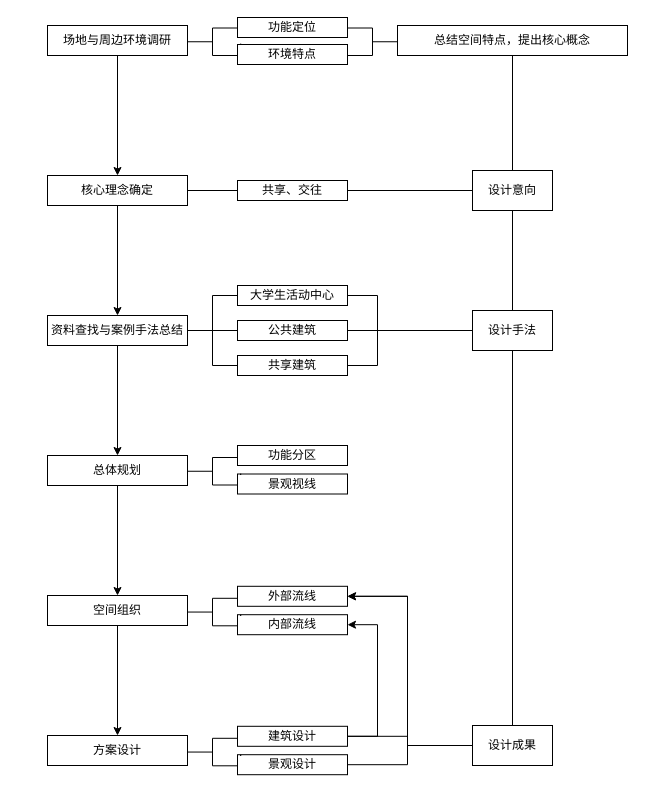
Earlier version of the draw.io diagram Untitled Diagram.drawio (TedHuangwx/learngit). Source tidied: cells renumbered, new cells numbered last; positions are measured from the earlier drawing's top-left corner, leaving out a move shared by most shapes. Both pictures are drawn from the tidied source at 100%, with x=0, y=0 at pixel (47, 17).
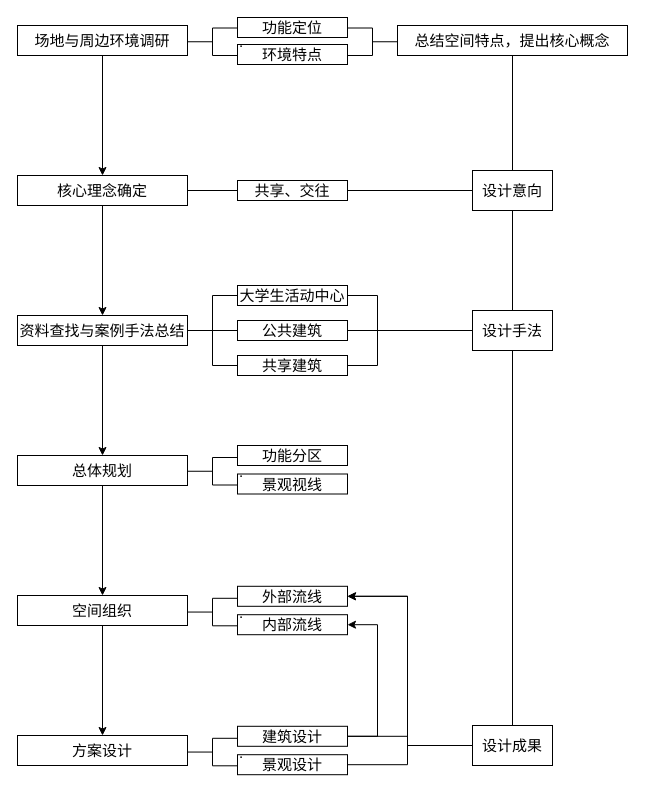
After the change.

Change to the diagram source:
```diff
@@
-    <mxCell id="2" style="edgeStyle=orthogonalEdgeStyle;rounded=0;jettySize=auto;html=1;entryX=0.5;entryY=0;entryDx=0;entryDy=0;" parent="1" edge="1" source="3" target="9">
+    <mxCell id="2" style="edgeStyle=orthogonalEdgeStyle;rounded=0;jettySize=auto;html=1;entryX=0.5;entryY=0;entryDx=0;entryDy=0;fontSize=15;" parent="1" edge="1" source="3" target="9">
       <mxGeometry relative="1" as="geometry" />
     </mxCell>
-    <mxCell id="3" value="场地与周边环境调研" style="rounded=0;whiteSpace=wrap;html=1;fillColor=none;" parent="1" vertex="1">
-      <mxGeometry y="8" width="140" height="30" as="geometry" />
+    <mxCell id="3" value="场地与周边环境调研" style="rounded=0;whiteSpace=wrap;html=1;fillColor=none;fontSize=15;" parent="1" vertex="1">
+      <mxGeometry x="-30" y="8" width="170" height="30" as="geometry" />
     </mxCell>
-    <mxCell id="4" style="strokeWidth=1;html=1;shape=mxgraph.flowchart.annotation_2;align=left;labelPosition=right;rotation=-180;" parent="1" vertex="1">
+    <mxCell id="4" style="strokeWidth=1;html=1;shape=mxgraph.flowchart.annotation_2;align=left;labelPosition=right;rotation=-180;fontSize=15;" parent="1" vertex="1">
       <mxGeometry x="300" y="10.5" width="50" height="27.5" as="geometry" />
     </mxCell>
-    <mxCell id="5" style="edgeStyle=orthogonalEdgeStyle;rounded=0;jettySize=auto;html=1;entryX=0.5;entryY=0;entryDx=0;entryDy=0;endArrow=none;endFill=0;" parent="1" edge="1" source="6" target="13">
+    <mxCell id="5" style="edgeStyle=orthogonalEdgeStyle;rounded=0;jettySize=auto;html=1;entryX=0.5;entryY=0;entryDx=0;entryDy=0;endArrow=none;endFill=0;fontSize=15;" parent="1" edge="1" source="6" target="13">
       <mxGeometry relative="1" as="geometry" />
     </mxCell>
-    <mxCell id="6" value="总结空间特点，提出核心概念" style="whiteSpace=wrap;html=1;rounded=0;strokeColor=#000000;fillColor=none;" parent="1" vertex="1">
+    <mxCell id="6" value="总结空间特点，提出核心概念" style="whiteSpace=wrap;html=1;rounded=0;strokeColor=#000000;fillColor=none;fontSize=15;" parent="1" vertex="1">
       <mxGeometry x="350" y="8" width="230" height="30" as="geometry" />
     </mxCell>
-    <mxCell id="7" style="edgeStyle=orthogonalEdgeStyle;rounded=0;jettySize=auto;html=1;entryX=0.5;entryY=0;entryDx=0;entryDy=0;" parent="1" edge="1" source="9" target="18">
+    <mxCell id="7" style="edgeStyle=orthogonalEdgeStyle;rounded=0;jettySize=auto;html=1;entryX=0.5;entryY=0;entryDx=0;entryDy=0;fontSize=15;" parent="1" edge="1" source="9" target="18">
       <mxGeometry relative="1" as="geometry" />
     </mxCell>
-    <mxCell id="8" style="edgeStyle=orthogonalEdgeStyle;rounded=0;jettySize=auto;html=1;entryX=0;entryY=0.5;entryDx=0;entryDy=0;endArrow=none;endFill=0;" parent="1" edge="1" source="9" target="11">
+    <mxCell id="8" style="edgeStyle=orthogonalEdgeStyle;rounded=0;jettySize=auto;html=1;entryX=0;entryY=0.5;entryDx=0;entryDy=0;endArrow=none;endFill=0;fontSize=15;" parent="1" edge="1" source="9" target="11">
       <mxGeometry relative="1" as="geometry" />
     </mxCell>
-    <mxCell id="9" value="核心理念确定" style="rounded=0;whiteSpace=wrap;html=1;fillColor=none;" parent="1" vertex="1">
-      <mxGeometry y="158" width="140" height="30" as="geometry" />
+    <mxCell id="9" value="核心理念确定" style="rounded=0;whiteSpace=wrap;html=1;fillColor=none;fontSize=15;" parent="1" vertex="1">
+      <mxGeometry x="-30" y="158" width="170" height="30" as="geometry" />
     </mxCell>
-    <mxCell id="10" style="edgeStyle=orthogonalEdgeStyle;rounded=0;jettySize=auto;html=1;entryX=0;entryY=0.5;entryDx=0;entryDy=0;endArrow=none;endFill=0;" parent="1" edge="1" source="11" target="13">
+    <mxCell id="10" style="edgeStyle=orthogonalEdgeStyle;rounded=0;jettySize=auto;html=1;entryX=0;entryY=0.5;entryDx=0;entryDy=0;endArrow=none;endFill=0;fontSize=15;" parent="1" edge="1" source="11" target="13">
       <mxGeometry relative="1" as="geometry" />
     </mxCell>
-    <mxCell id="11" value="共享、交往" style="rounded=0;whiteSpace=wrap;html=1;fillColor=none;" parent="1" vertex="1">
+    <mxCell id="11" value="共享、交往" style="rounded=0;whiteSpace=wrap;html=1;fillColor=none;fontSize=15;" parent="1" vertex="1">
       <mxGeometry x="190" y="163" width="110" height="20" as="geometry" />
     </mxCell>
-    <mxCell id="12" style="edgeStyle=orthogonalEdgeStyle;rounded=0;jettySize=auto;html=1;entryX=0.5;entryY=0;entryDx=0;entryDy=0;endArrow=none;endFill=0;" parent="1" edge="1" source="13" target="25">
+    <mxCell id="12" style="edgeStyle=orthogonalEdgeStyle;rounded=0;jettySize=auto;html=1;entryX=0.5;entryY=0;entryDx=0;entryDy=0;endArrow=none;endFill=0;fontSize=15;" parent="1" edge="1" source="13" target="25">
       <mxGeometry relative="1" as="geometry" />
     </mxCell>
-    <mxCell id="13" value="设计意向" style="whiteSpace=wrap;html=1;rounded=0;strokeColor=#000000;fillColor=none;" parent="1" vertex="1">
+    <mxCell id="13" value="设计意向" style="whiteSpace=wrap;html=1;rounded=0;strokeColor=#000000;fillColor=none;fontSize=15;" parent="1" vertex="1">
       <mxGeometry x="425" y="153" width="80" height="40" as="geometry" />
     </mxCell>
-    <mxCell id="14" style="edgeStyle=orthogonalEdgeStyle;rounded=0;jettySize=auto;html=1;entryX=0.5;entryY=0;entryDx=0;entryDy=0;endArrow=classic;endFill=1;" parent="1" edge="1" source="18" target="27">
+    <mxCell id="14" style="edgeStyle=orthogonalEdgeStyle;rounded=0;jettySize=auto;html=1;entryX=0.5;entryY=0;entryDx=0;entryDy=0;endArrow=classic;endFill=1;fontSize=15;" parent="1" edge="1" source="18" target="27">
       <mxGeometry relative="1" as="geometry" />
     </mxCell>
-    <mxCell id="15" style="edgeStyle=orthogonalEdgeStyle;rounded=0;jettySize=auto;html=1;exitX=1;exitY=0.5;exitDx=0;exitDy=0;entryX=0;entryY=0.5;entryDx=0;entryDy=0;endArrow=none;endFill=0;" parent="1" edge="1" source="18" target="33">
+    <mxCell id="15" style="edgeStyle=orthogonalEdgeStyle;rounded=0;jettySize=auto;html=1;exitX=1;exitY=0.5;exitDx=0;exitDy=0;entryX=0;entryY=0.5;entryDx=0;entryDy=0;endArrow=none;endFill=0;fontSize=15;" parent="1" edge="1" source="18" target="33">
       <mxGeometry relative="1" as="geometry" />
     </mxCell>
-    <mxCell id="16" style="edgeStyle=orthogonalEdgeStyle;rounded=0;jettySize=auto;html=1;entryX=0;entryY=0.5;entryDx=0;entryDy=0;endArrow=none;endFill=0;" parent="1" edge="1" source="18" target="23">
+    <mxCell id="16" style="edgeStyle=orthogonalEdgeStyle;rounded=0;jettySize=auto;html=1;entryX=0;entryY=0.5;entryDx=0;entryDy=0;endArrow=none;endFill=0;fontSize=15;" parent="1" edge="1" source="18" target="23">
       <mxGeometry relative="1" as="geometry" />
     </mxCell>
-    <mxCell id="17" style="edgeStyle=orthogonalEdgeStyle;rounded=0;jettySize=auto;html=1;exitX=1;exitY=0.5;exitDx=0;exitDy=0;entryX=0;entryY=0.5;entryDx=0;entryDy=0;endArrow=none;endFill=0;" parent="1" edge="1" source="18" target="21">
+    <mxCell id="17" style="edgeStyle=orthogonalEdgeStyle;rounded=0;jettySize=auto;html=1;exitX=1;exitY=0.5;exitDx=0;exitDy=0;entryX=0;entryY=0.5;entryDx=0;entryDy=0;endArrow=none;endFill=0;fontSize=15;" parent="1" edge="1" source="18" target="21">
       <mxGeometry relative="1" as="geometry" />
     </mxCell>
-    <mxCell id="18" value="资料查找与案例手法总结" style="rounded=0;whiteSpace=wrap;html=1;fillColor=none;" parent="1" vertex="1">
-      <mxGeometry y="298" width="140" height="30" as="geometry" />
+    <mxCell id="18" value="资料查找与案例手法总结" style="rounded=0;whiteSpace=wrap;html=1;fillColor=none;fontSize=15;" parent="1" vertex="1">
+      <mxGeometry x="-30" y="298" width="170" height="30" as="geometry" />
     </mxCell>
-    <mxCell id="19" value="." style="strokeWidth=1;html=1;shape=mxgraph.flowchart.annotation_2;align=left;labelPosition=right;fillColor=none;" parent="1" vertex="1">
+    <mxCell id="19" value="." style="strokeWidth=1;html=1;shape=mxgraph.flowchart.annotation_2;align=left;labelPosition=right;fillColor=none;fontSize=15;" parent="1" vertex="1">
       <mxGeometry x="140" y="10.5" width="50" height="27.5" as="geometry" />
     </mxCell>
-    <mxCell id="20" style="edgeStyle=orthogonalEdgeStyle;rounded=0;jettySize=auto;html=1;endArrow=none;endFill=0;entryX=0;entryY=0.5;entryDx=0;entryDy=0;" parent="1" edge="1" source="21" target="25">
+    <mxCell id="20" style="edgeStyle=orthogonalEdgeStyle;rounded=0;jettySize=auto;html=1;endArrow=none;endFill=0;entryX=0;entryY=0.5;entryDx=0;entryDy=0;fontSize=15;" parent="1" edge="1" source="21" target="25">
       <mxGeometry relative="1" as="geometry" />
     </mxCell>
-    <mxCell id="21" value="公共建筑" style="rounded=0;whiteSpace=wrap;html=1;shadow=0;sketch=0;strokeColor=#000000;strokeWidth=1;fillColor=none;" parent="1" vertex="1">
+    <mxCell id="21" value="公共建筑" style="rounded=0;whiteSpace=wrap;html=1;shadow=0;sketch=0;strokeColor=#000000;strokeWidth=1;fillColor=none;fontSize=15;" parent="1" vertex="1">
       <mxGeometry x="190" y="303" width="110" height="20" as="geometry" />
     </mxCell>
-    <mxCell id="22" style="edgeStyle=orthogonalEdgeStyle;rounded=0;jettySize=auto;html=1;endArrow=none;endFill=0;entryX=0;entryY=0.5;entryDx=0;entryDy=0;" parent="1" edge="1" source="23" target="25">
+    <mxCell id="22" style="edgeStyle=orthogonalEdgeStyle;rounded=0;jettySize=auto;html=1;endArrow=none;endFill=0;entryX=0;entryY=0.5;entryDx=0;entryDy=0;fontSize=15;" parent="1" edge="1" source="23" target="25">
       <mxGeometry relative="1" as="geometry">
         <Array as="points">
           <mxPoint x="330" y="348" />
           <mxPoint x="330" y="313" />
         </Array>
       </mxGeometry>
     </mxCell>
-    <mxCell id="23" value="共享建筑" style="rounded=0;whiteSpace=wrap;html=1;shadow=0;sketch=0;strokeColor=#000000;strokeWidth=1;fillColor=none;" parent="1" vertex="1">
+    <mxCell id="23" value="共享建筑" style="rounded=0;whiteSpace=wrap;html=1;shadow=0;sketch=0;strokeColor=#000000;strokeWidth=1;fillColor=none;fontSize=15;" parent="1" vertex="1">
       <mxGeometry x="190" y="338" width="110" height="20" as="geometry" />
     </mxCell>
-    <mxCell id="24" style="edgeStyle=orthogonalEdgeStyle;rounded=0;jettySize=auto;html=1;entryX=0.5;entryY=0;entryDx=0;entryDy=0;endArrow=none;endFill=0;" parent="1" edge="1" source="25" target="31">
+    <mxCell id="24" style="edgeStyle=orthogonalEdgeStyle;rounded=0;jettySize=auto;html=1;entryX=0.5;entryY=0;entryDx=0;entryDy=0;endArrow=none;endFill=0;fontSize=15;" parent="1" edge="1" source="25" target="31">
       <mxGeometry relative="1" as="geometry" />
     </mxCell>
-    <mxCell id="25" value="设计手法" style="rounded=0;whiteSpace=wrap;html=1;shadow=0;sketch=0;strokeColor=#000000;strokeWidth=1;fillColor=none;" parent="1" vertex="1">
+    <mxCell id="25" value="设计手法" style="rounded=0;whiteSpace=wrap;html=1;shadow=0;sketch=0;strokeColor=#000000;strokeWidth=1;fillColor=none;fontSize=15;" parent="1" vertex="1">
       <mxGeometry x="425" y="293" width="80" height="40" as="geometry" />
     </mxCell>
-    <mxCell id="26" style="edgeStyle=orthogonalEdgeStyle;rounded=0;jettySize=auto;html=1;entryX=0.5;entryY=0;entryDx=0;entryDy=0;endArrow=classic;endFill=1;" parent="1" edge="1" source="27" target="29">
+    <mxCell id="26" style="edgeStyle=orthogonalEdgeStyle;rounded=0;jettySize=auto;html=1;entryX=0.5;entryY=0;entryDx=0;entryDy=0;endArrow=classic;endFill=1;fontSize=15;" parent="1" edge="1" source="27" target="29">
       <mxGeometry relative="1" as="geometry" />
     </mxCell>
-    <mxCell id="27" value="总体规划" style="rounded=0;whiteSpace=wrap;html=1;shadow=0;sketch=0;strokeColor=#000000;strokeWidth=1;fillColor=none;" parent="1" vertex="1">
-      <mxGeometry y="438" width="140" height="30" as="geometry" />
+    <mxCell id="27" value="总体规划" style="rounded=0;whiteSpace=wrap;html=1;shadow=0;sketch=0;strokeColor=#000000;strokeWidth=1;fillColor=none;fontSize=15;" parent="1" vertex="1">
+      <mxGeometry x="-30" y="438" width="170" height="30" as="geometry" />
     </mxCell>
-    <mxCell id="28" style="edgeStyle=orthogonalEdgeStyle;rounded=0;jettySize=auto;html=1;entryX=0.5;entryY=0;entryDx=0;entryDy=0;endArrow=classic;endFill=1;" parent="1" edge="1" source="29" target="30">
+    <mxCell id="28" style="edgeStyle=orthogonalEdgeStyle;rounded=0;jettySize=auto;html=1;entryX=0.5;entryY=0;entryDx=0;entryDy=0;endArrow=classic;endFill=1;fontSize=15;" parent="1" edge="1" source="29" target="30">
       <mxGeometry relative="1" as="geometry" />
     </mxCell>
-    <mxCell id="29" value="空间组织" style="rounded=0;whiteSpace=wrap;html=1;shadow=0;sketch=0;strokeColor=#000000;strokeWidth=1;fillColor=none;" parent="1" vertex="1">
-      <mxGeometry y="578" width="140" height="30" as="geometry" />
+    <mxCell id="29" value="空间组织" style="rounded=0;whiteSpace=wrap;html=1;shadow=0;sketch=0;strokeColor=#000000;strokeWidth=1;fillColor=none;fontSize=15;" parent="1" vertex="1">
+      <mxGeometry x="-30" y="578" width="170" height="30" as="geometry" />
     </mxCell>
-    <mxCell id="30" value="方案设计" style="rounded=0;whiteSpace=wrap;html=1;shadow=0;sketch=0;strokeColor=#000000;strokeWidth=1;fillColor=none;" parent="1" vertex="1">
-      <mxGeometry y="718" width="140" height="30" as="geometry" />
+    <mxCell id="30" value="方案设计" style="rounded=0;whiteSpace=wrap;html=1;shadow=0;sketch=0;strokeColor=#000000;strokeWidth=1;fillColor=none;fontSize=15;" parent="1" vertex="1">
+      <mxGeometry x="-30" y="718" width="170" height="30" as="geometry" />
     </mxCell>
-    <mxCell id="31" value="设计成果" style="rounded=0;whiteSpace=wrap;html=1;shadow=0;sketch=0;strokeColor=#000000;strokeWidth=1;fillColor=none;" parent="1" vertex="1">
+    <mxCell id="31" value="设计成果" style="rounded=0;whiteSpace=wrap;html=1;shadow=0;sketch=0;strokeColor=#000000;strokeWidth=1;fillColor=none;fontSize=15;" parent="1" vertex="1">
       <mxGeometry x="425" y="708" width="80" height="40" as="geometry" />
     </mxCell>
-    <mxCell id="32" style="edgeStyle=orthogonalEdgeStyle;rounded=0;jettySize=auto;html=1;entryX=0;entryY=0.5;entryDx=0;entryDy=0;endArrow=none;endFill=0;" parent="1" edge="1" source="33" target="25">
+    <mxCell id="32" style="edgeStyle=orthogonalEdgeStyle;rounded=0;jettySize=auto;html=1;entryX=0;entryY=0.5;entryDx=0;entryDy=0;endArrow=none;endFill=0;fontSize=15;" parent="1" edge="1" source="33" target="25">
       <mxGeometry relative="1" as="geometry">
         <Array as="points">
           <mxPoint x="330" y="278" />
           <mxPoint x="330" y="313" />
         </Array>
       </mxGeometry>
     </mxCell>
-    <mxCell id="33" value="大学生活动中心" style="rounded=0;whiteSpace=wrap;html=1;shadow=0;sketch=0;strokeColor=#000000;strokeWidth=1;fillColor=none;" parent="1" vertex="1">
+    <mxCell id="33" value="大学生活动中心" style="rounded=0;whiteSpace=wrap;html=1;shadow=0;sketch=0;strokeColor=#000000;strokeWidth=1;fillColor=none;fontSize=15;" parent="1" vertex="1">
       <mxGeometry x="190" y="268" width="110" height="20" as="geometry" />
     </mxCell>
-    <mxCell id="34" value="功能定位" style="rounded=0;whiteSpace=wrap;html=1;shadow=0;sketch=0;strokeColor=#000000;strokeWidth=1;fillColor=none;" parent="1" vertex="1">
+    <mxCell id="34" value="功能定位" style="rounded=0;whiteSpace=wrap;html=1;shadow=0;sketch=0;strokeColor=#000000;strokeWidth=1;fillColor=none;fontSize=15;" parent="1" vertex="1">
       <mxGeometry x="190" width="110" height="20" as="geometry" />
     </mxCell>
-    <mxCell id="35" value="环境特点" style="rounded=0;whiteSpace=wrap;html=1;shadow=0;sketch=0;strokeColor=#000000;strokeWidth=1;fillColor=none;" parent="1" vertex="1">
+    <mxCell id="35" value="环境特点" style="rounded=0;whiteSpace=wrap;html=1;shadow=0;sketch=0;strokeColor=#000000;strokeWidth=1;fillColor=none;fontSize=15;" parent="1" vertex="1">
       <mxGeometry x="190" y="27" width="110" height="20" as="geometry" />
     </mxCell>
-    <mxCell id="36" value="功能分区" style="rounded=0;whiteSpace=wrap;html=1;shadow=0;sketch=0;strokeColor=#000000;strokeWidth=1;fillColor=none;" parent="1" vertex="1">
+    <mxCell id="36" value="功能分区" style="rounded=0;whiteSpace=wrap;html=1;shadow=0;sketch=0;strokeColor=#000000;strokeWidth=1;fillColor=none;fontSize=15;" parent="1" vertex="1">
       <mxGeometry x="190" y="428" width="110" height="20" as="geometry" />
     </mxCell>
-    <mxCell id="37" value="景观视线" style="rounded=0;whiteSpace=wrap;html=1;shadow=0;sketch=0;strokeColor=#000000;strokeWidth=1;fillColor=none;" parent="1" vertex="1">
+    <mxCell id="37" value="景观视线" style="rounded=0;whiteSpace=wrap;html=1;shadow=0;sketch=0;strokeColor=#000000;strokeWidth=1;fillColor=none;fontSize=15;" parent="1" vertex="1">
       <mxGeometry x="190" y="456.5" width="110" height="20" as="geometry" />
     </mxCell>
-    <mxCell id="38" value="." style="strokeWidth=1;html=1;shape=mxgraph.flowchart.annotation_2;align=left;labelPosition=right;fillColor=none;" parent="1" vertex="1">
+    <mxCell id="38" value="." style="strokeWidth=1;html=1;shape=mxgraph.flowchart.annotation_2;align=left;labelPosition=right;fillColor=none;fontSize=15;" parent="1" vertex="1">
       <mxGeometry x="140" y="440" width="50" height="27.5" as="geometry" />
     </mxCell>
-    <mxCell id="39" value="外部流线" style="rounded=0;whiteSpace=wrap;html=1;shadow=0;sketch=0;strokeColor=#000000;strokeWidth=1;fillColor=none;" parent="1" vertex="1">
+    <mxCell id="39" value="外部流线" style="rounded=0;whiteSpace=wrap;html=1;shadow=0;sketch=0;strokeColor=#000000;strokeWidth=1;fillColor=none;fontSize=15;" parent="1" vertex="1">
       <mxGeometry x="190" y="568.8" width="110" height="20" as="geometry" />
     </mxCell>
-    <mxCell id="40" value="内部流线" style="rounded=0;whiteSpace=wrap;html=1;shadow=0;sketch=0;strokeColor=#000000;strokeWidth=1;fillColor=none;" parent="1" vertex="1">
+    <mxCell id="40" value="内部流线" style="rounded=0;whiteSpace=wrap;html=1;shadow=0;sketch=0;strokeColor=#000000;strokeWidth=1;fillColor=none;fontSize=15;" parent="1" vertex="1">
       <mxGeometry x="190" y="597.2" width="110" height="20" as="geometry" />
     </mxCell>
-    <mxCell id="41" value="." style="strokeWidth=1;html=1;shape=mxgraph.flowchart.annotation_2;align=left;labelPosition=right;fillColor=none;" parent="1" vertex="1">
+    <mxCell id="41" value="." style="strokeWidth=1;html=1;shape=mxgraph.flowchart.annotation_2;align=left;labelPosition=right;fillColor=none;fontSize=15;" parent="1" vertex="1">
       <mxGeometry x="140" y="580.8" width="50" height="27.5" as="geometry" />
     </mxCell>
-    <mxCell id="42" style="edgeStyle=orthogonalEdgeStyle;rounded=0;jettySize=auto;html=1;entryX=1;entryY=0.5;entryDx=0;entryDy=0;endArrow=classic;endFill=1;" parent="1" edge="1" source="44" target="39">
+    <mxCell id="42" style="edgeStyle=orthogonalEdgeStyle;rounded=0;jettySize=auto;html=1;entryX=1;entryY=0.5;entryDx=0;entryDy=0;endArrow=classic;endFill=1;fontSize=15;" parent="1" edge="1" source="44" target="39">
       <mxGeometry relative="1" as="geometry">
         <Array as="points">
           <mxPoint x="360" y="719" />
           <mxPoint x="360" y="579" />
         </Array>
       </mxGeometry>
     </mxCell>
-    <mxCell id="43" style="edgeStyle=orthogonalEdgeStyle;rounded=0;jettySize=auto;html=1;entryX=1;entryY=0.5;entryDx=0;entryDy=0;endArrow=classic;endFill=1;" parent="1" edge="1" source="44" target="40">
+    <mxCell id="43" style="edgeStyle=orthogonalEdgeStyle;rounded=0;jettySize=auto;html=1;entryX=1;entryY=0.5;entryDx=0;entryDy=0;endArrow=classic;endFill=1;fontSize=15;" parent="1" edge="1" source="44" target="40">
       <mxGeometry relative="1" as="geometry">
         <Array as="points">
           <mxPoint x="330" y="719" />
           <mxPoint x="330" y="607" />
         </Array>
       </mxGeometry>
     </mxCell>
-    <mxCell id="44" value="建筑设计" style="rounded=0;whiteSpace=wrap;html=1;shadow=0;sketch=0;strokeColor=#000000;strokeWidth=1;fillColor=none;" parent="1" vertex="1">
+    <mxCell id="44" value="建筑设计" style="rounded=0;whiteSpace=wrap;html=1;shadow=0;sketch=0;strokeColor=#000000;strokeWidth=1;fillColor=none;fontSize=15;" parent="1" vertex="1">
       <mxGeometry x="190" y="708.8" width="110" height="20" as="geometry" />
     </mxCell>
-    <mxCell id="45" style="edgeStyle=orthogonalEdgeStyle;rounded=0;jettySize=auto;html=1;entryX=1;entryY=0.5;entryDx=0;entryDy=0;endArrow=classic;endFill=1;" parent="1" edge="1" source="46" target="39">
+    <mxCell id="45" style="edgeStyle=orthogonalEdgeStyle;rounded=0;jettySize=auto;html=1;entryX=1;entryY=0.5;entryDx=0;entryDy=0;endArrow=classic;endFill=1;fontSize=15;" parent="1" edge="1" source="46" target="39">
       <mxGeometry relative="1" as="geometry">
         <Array as="points">
           <mxPoint x="360" y="747.2" />
           <mxPoint x="360" y="579" />
         </Array>
       </mxGeometry>
     </mxCell>
-    <mxCell id="46" value="景观设计" style="rounded=0;whiteSpace=wrap;html=1;shadow=0;sketch=0;strokeColor=#000000;strokeWidth=1;fillColor=none;" parent="1" vertex="1">
+    <mxCell id="46" value="景观设计" style="rounded=0;whiteSpace=wrap;html=1;shadow=0;sketch=0;strokeColor=#000000;strokeWidth=1;fillColor=none;fontSize=15;" parent="1" vertex="1">
       <mxGeometry x="190" y="737.2" width="110" height="20" as="geometry" />
     </mxCell>
-    <mxCell id="47" value="." style="strokeWidth=1;html=1;shape=mxgraph.flowchart.annotation_2;align=left;labelPosition=right;fillColor=none;" parent="1" vertex="1">
+    <mxCell id="47" value="." style="strokeWidth=1;html=1;shape=mxgraph.flowchart.annotation_2;align=left;labelPosition=right;fillColor=none;fontSize=15;" parent="1" vertex="1">
       <mxGeometry x="140" y="720.8" width="50" height="27.5" as="geometry" />
     </mxCell>
-    <mxCell id="48" style="endArrow=none;html=1;entryX=0;entryY=0.5;entryDx=0;entryDy=0;" parent="1" edge="1" target="31">
+    <mxCell id="48" style="endArrow=none;html=1;entryX=0;entryY=0.5;entryDx=0;entryDy=0;fontSize=15;" parent="1" edge="1" target="31">
       <mxGeometry relative="1" as="geometry">
         <mxPoint x="360" y="728" as="sourcePoint" />
       </mxGeometry>
     </mxCell>
```
